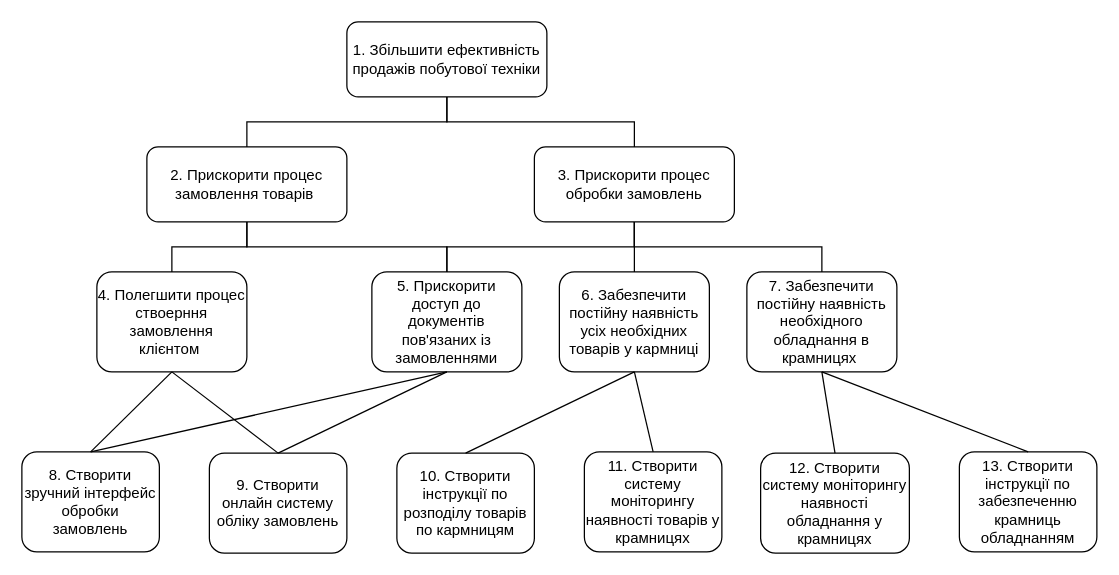
Above: Goals.drawio in Mehanari/system_analysis_first_practice (draw.io), before the change. Source tidied: cells renumbered, new cells numbered last; positions are measured from the earlier drawing's top-left corner, leaving out a move shared by most shapes. Both pictures are drawn from the tidied source at 125%, with x=0, y=0 at pixel (21, 21).
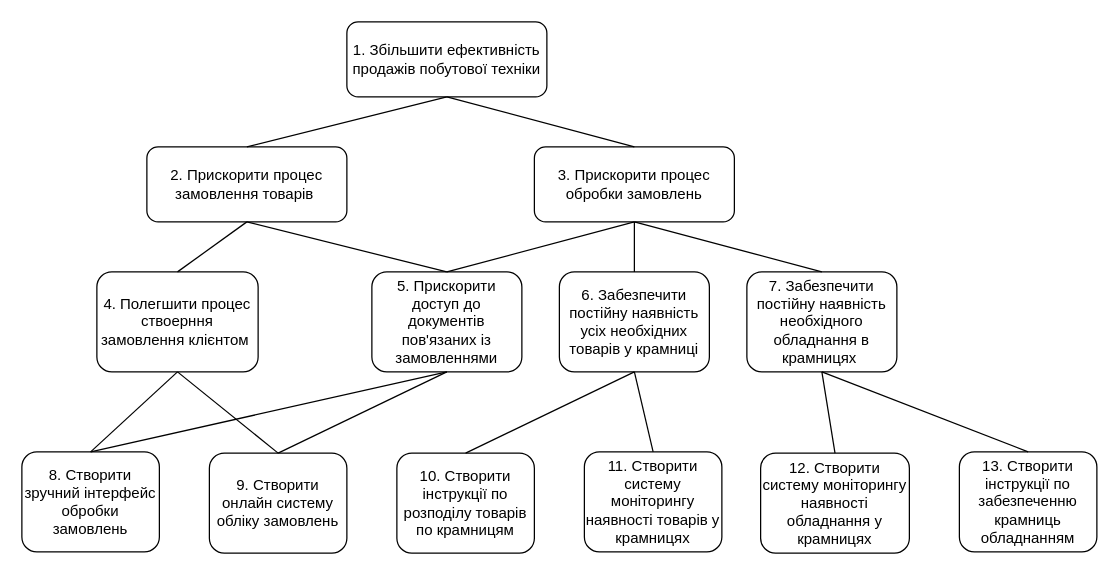
After the change.

The change refers to these unchanged cells:
```xml
<mxCell id="2" value="1. Збільшити ефективність продажів побутової техніки" style="rounded=1;whiteSpace=wrap;html=1;" parent="1" vertex="1">
  <mxGeometry x="260" width="160" height="60" as="geometry" />
</mxCell>
<mxCell id="3" value="2. Прискорити процес замовлення товарів&amp;nbsp;" style="rounded=1;whiteSpace=wrap;html=1;" parent="1" vertex="1">
  <mxGeometry x="100" y="100" width="160" height="60" as="geometry" />
</mxCell>
<mxCell id="4" value="3. Прискорити процес обробки замовлень" style="rounded=1;whiteSpace=wrap;html=1;" parent="1" vertex="1">
  <mxGeometry x="410" y="100" width="160" height="60" as="geometry" />
</mxCell>
<mxCell id="8" value="5. Прискорити доступ до документів пов'язаних із замовленнями" style="rounded=1;whiteSpace=wrap;html=1;" parent="1" vertex="1">
  <mxGeometry x="280" y="200" width="120" height="80" as="geometry" />
</mxCell>
<mxCell id="10" value="7. Забезпечити постійну наявність необхідного обладнання в крамницях&amp;nbsp;" style="rounded=1;whiteSpace=wrap;html=1;" parent="1" vertex="1">
  <mxGeometry x="580" y="200" width="120" height="80" as="geometry" />
</mxCell>
```

Change to the diagram source:
```diff
@@
-    <mxCell id="5" style="endArrow=none;html=1;rounded=0;entryX=0.5;entryY=1;entryDx=0;entryDy=0;exitX=0.5;exitY=0;exitDx=0;exitDy=0;edgeStyle=orthogonalEdgeStyle;" parent="1" edge="1" source="3" target="2">
+    <mxCell id="5" style="endArrow=none;html=1;rounded=0;entryX=0.5;entryY=1;entryDx=0;entryDy=0;exitX=0.5;exitY=0;exitDx=0;exitDy=0;" parent="1" edge="1" source="3" target="2">
       <mxGeometry relative="1" as="geometry" />
     </mxCell>
-    <mxCell id="6" style="endArrow=none;html=1;rounded=0;entryX=0.5;entryY=1;entryDx=0;entryDy=0;exitX=0.5;exitY=0;exitDx=0;exitDy=0;edgeStyle=orthogonalEdgeStyle;" parent="1" edge="1" source="4" target="2">
+    <mxCell id="6" style="endArrow=none;html=1;rounded=0;entryX=0.5;entryY=1;entryDx=0;entryDy=0;exitX=0.5;exitY=0;exitDx=0;exitDy=0;" parent="1" edge="1" source="4" target="2">
       <mxGeometry relative="1" as="geometry" />
     </mxCell>
     <mxCell id="7" value="4. Полегшити процес ствоерння замовлення клієнтом&amp;nbsp;" style="rounded=1;whiteSpace=wrap;html=1;" parent="1" vertex="1">
-      <mxGeometry x="60" y="200" width="120" height="80" as="geometry" />
+      <mxGeometry x="60" y="200" width="129" height="80" as="geometry" />
     </mxCell>
@@
-    <mxCell id="9" value="6. Забезпечити постійну наявність усіх необхідних товарів у кармниці" style="rounded=1;whiteSpace=wrap;html=1;" parent="1" vertex="1">
+    <mxCell id="9" value="6. Забезпечити постійну наявність усіх необхідних товарів у крамниці" style="rounded=1;whiteSpace=wrap;html=1;" parent="1" vertex="1">
       <mxGeometry x="430" y="200" width="120" height="80" as="geometry" />
     </mxCell>
@@
-    <mxCell id="11" style="endArrow=none;html=1;rounded=0;entryX=0.5;entryY=1;entryDx=0;entryDy=0;exitX=0.5;exitY=0;exitDx=0;exitDy=0;edgeStyle=orthogonalEdgeStyle;" parent="1" edge="1" source="7" target="3">
+    <mxCell id="11" style="endArrow=none;html=1;rounded=0;entryX=0.5;entryY=1;entryDx=0;entryDy=0;exitX=0.5;exitY=0;exitDx=0;exitDy=0;" parent="1" edge="1" source="7" target="3">
       <mxGeometry relative="1" as="geometry" />
     </mxCell>
-    <mxCell id="12" style="endArrow=none;html=1;rounded=0;entryX=0.5;entryY=1;entryDx=0;entryDy=0;exitX=0.5;exitY=0;exitDx=0;exitDy=0;edgeStyle=orthogonalEdgeStyle;" parent="1" edge="1" source="8" target="3">
+    <mxCell id="12" style="endArrow=none;html=1;rounded=0;entryX=0.5;entryY=1;entryDx=0;entryDy=0;exitX=0.5;exitY=0;exitDx=0;exitDy=0;" parent="1" edge="1" source="8" target="3">
       <mxGeometry relative="1" as="geometry" />
     </mxCell>
-    <mxCell id="13" style="endArrow=none;html=1;rounded=0;entryX=0.5;entryY=1;entryDx=0;entryDy=0;exitX=0.5;exitY=0;exitDx=0;exitDy=0;edgeStyle=orthogonalEdgeStyle;" parent="1" edge="1" source="8" target="4">
+    <mxCell id="13" style="endArrow=none;html=1;rounded=0;entryX=0.5;entryY=1;entryDx=0;entryDy=0;exitX=0.5;exitY=0;exitDx=0;exitDy=0;" parent="1" edge="1" source="8" target="4">
       <mxGeometry relative="1" as="geometry" />
     </mxCell>
@@
-    <mxCell id="15" style="endArrow=none;html=1;rounded=0;entryX=0.5;entryY=1;entryDx=0;entryDy=0;exitX=0.5;exitY=0;exitDx=0;exitDy=0;edgeStyle=orthogonalEdgeStyle;" parent="1" edge="1" source="10" target="4">
+    <mxCell id="15" style="endArrow=none;html=1;rounded=0;entryX=0.5;entryY=1;entryDx=0;entryDy=0;exitX=0.5;exitY=0;exitDx=0;exitDy=0;" parent="1" edge="1" source="10" target="4">
       <mxGeometry relative="1" as="geometry" />
     </mxCell>
@@
-    <mxCell id="23" value="10. Створити інструкції по розподілу товарів по кармницям" style="rounded=1;whiteSpace=wrap;html=1;" parent="1" vertex="1">
+    <mxCell id="23" value="10. Створити інструкції по розподілу товарів по крамницям" style="rounded=1;whiteSpace=wrap;html=1;" parent="1" vertex="1">
       <mxGeometry x="300" y="345" width="110" height="80" as="geometry" />
     </mxCell>
```
